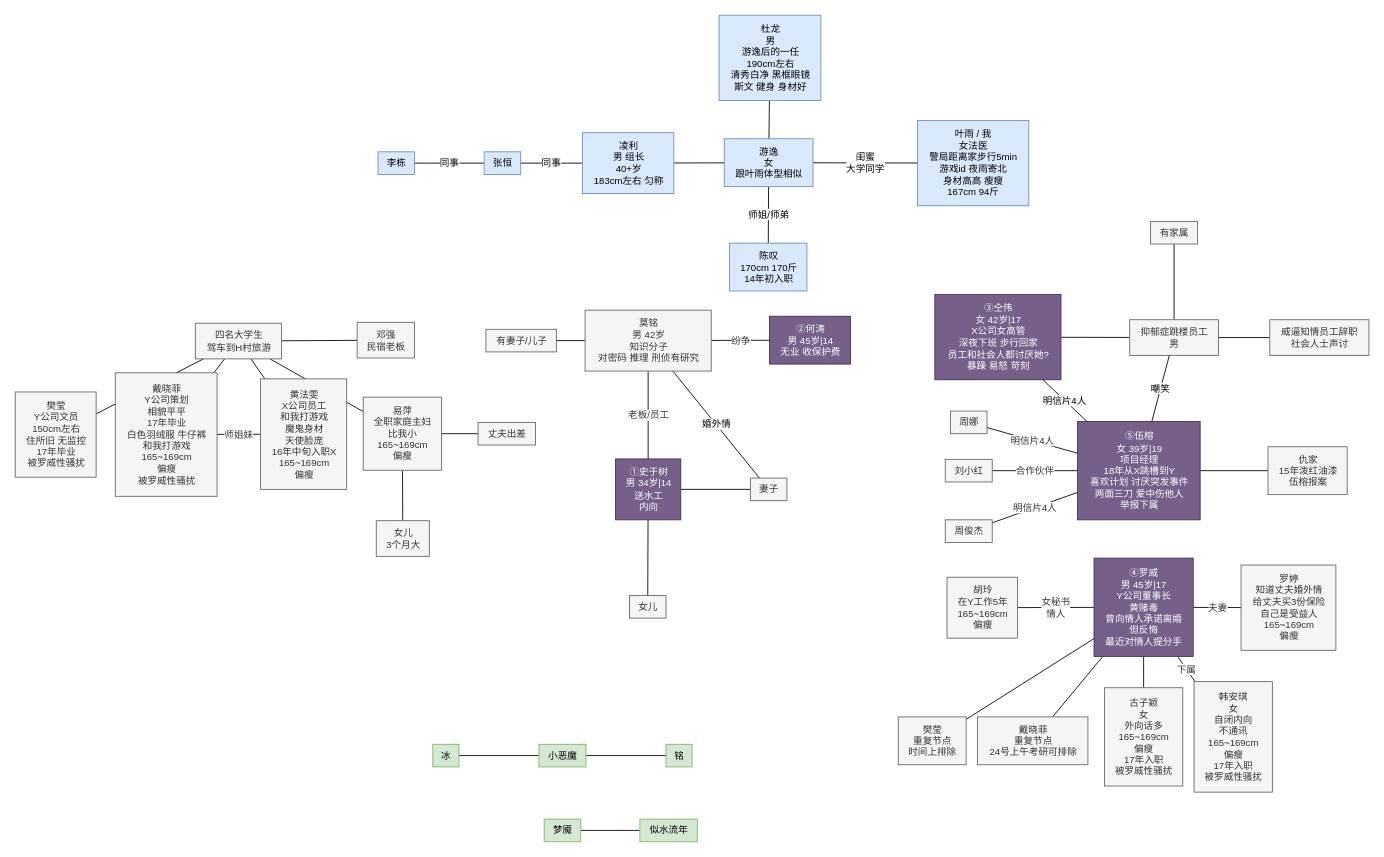
Above: page "5301" (12 of 12) of 剧本杀人物关系【总图】.drawio in luboq/draw.io (draw.io), before the change. Source tidied: cells renumbered, new cells numbered last; positions are measured from the earlier drawing's top-left corner, leaving out a move shared by most shapes. Both pictures are drawn from the tidied source at 87%, with x=0, y=0 at pixel (15, 15).
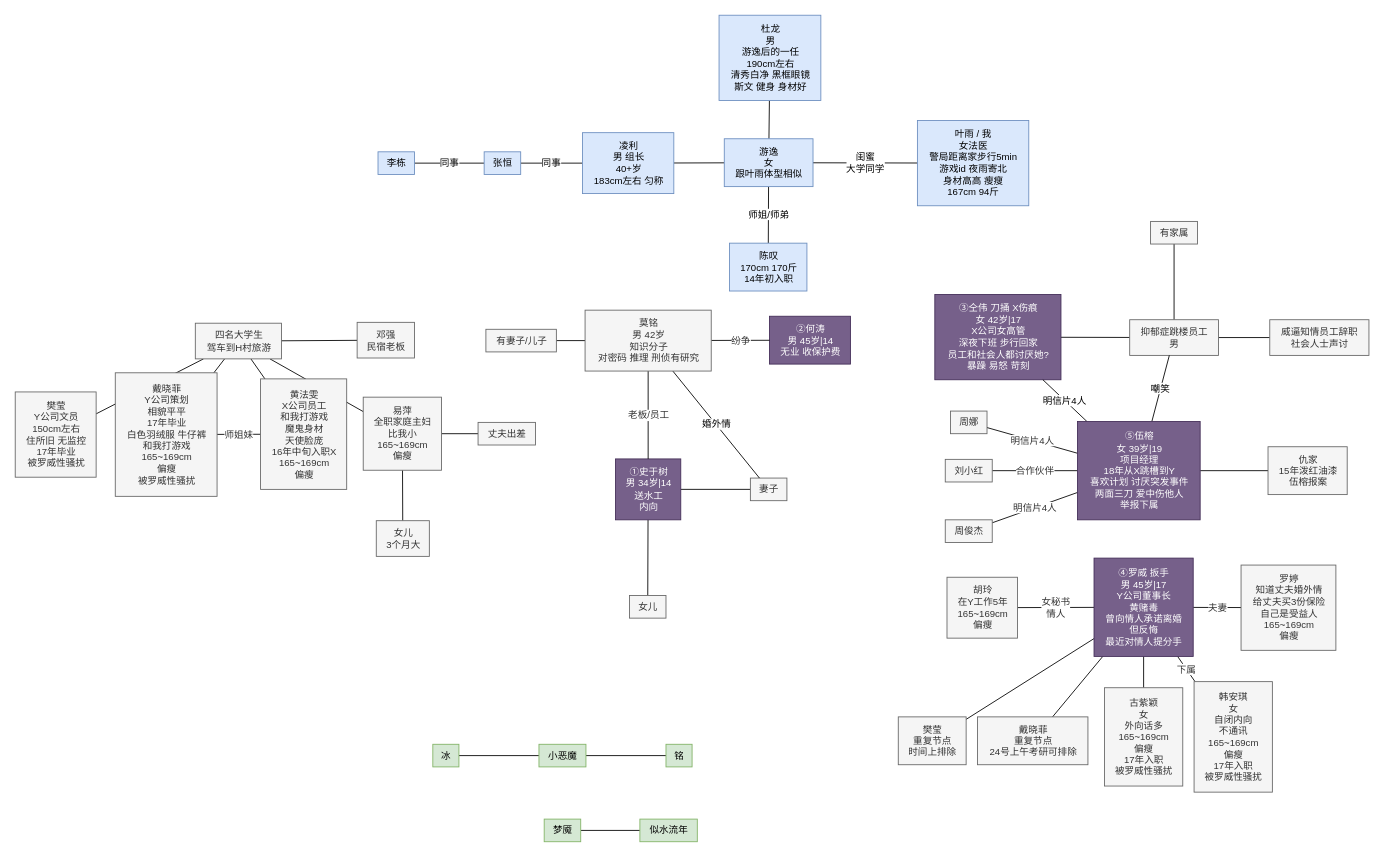
Above is the later version.

Commit message:
更新剧本杀人物关系【总图】.drawio

Diff of the diagram source:
```diff
@@
-    <mxCell id="35" value="③仝伟&lt;br&gt;女 42岁|17&lt;br&gt;X公司女高管&lt;br&gt;深夜下班 步行回家&lt;br style=&quot;border-color: var(--border-color);&quot;&gt;员工和社会人都讨厌她?&lt;br&gt;暴躁 易怒 苛刻" style="text;html=1;align=center;verticalAlign=middle;points=[];strokeColor=#432D57;fillColor=#76608a;fontSize=11;fontFamily=Helvetica;fontColor=#ffffff;" parent="1" vertex="1">
+    <mxCell id="35" value="③仝伟 刀捅 X伤痕&lt;br&gt;女 42岁|17&lt;br&gt;X公司女高管&lt;br&gt;深夜下班 步行回家&lt;br style=&quot;border-color: var(--border-color);&quot;&gt;员工和社会人都讨厌她?&lt;br&gt;暴躁 易怒 苛刻" style="text;html=1;align=center;verticalAlign=middle;points=[];strokeColor=#432D57;fillColor=#76608a;fontSize=11;fontFamily=Helvetica;fontColor=#ffffff;" parent="1" vertex="1">
       <mxGeometry x="1057" y="321" width="145" height="98" as="geometry" />
     </mxCell>
@@
-    <mxCell id="46" value="④罗威&lt;br&gt;男 45岁|17&lt;br&gt;Y公司董事长&lt;br&gt;黄赌毒&lt;br&gt;曾向情人承诺离婚&lt;br&gt;但反悔&lt;br&gt;最近对情人提分手" style="text;html=1;align=center;verticalAlign=middle;points=[];strokeColor=#432D57;fillColor=#76608a;fontSize=11;fontFamily=Helvetica;fontColor=#ffffff;" parent="1" vertex="1">
+    <mxCell id="46" value="④罗威 扳手&lt;br&gt;男 45岁|17&lt;br&gt;Y公司董事长&lt;br&gt;黄赌毒&lt;br&gt;曾向情人承诺离婚&lt;br&gt;但反悔&lt;br&gt;最近对情人提分手" style="text;html=1;align=center;verticalAlign=middle;points=[];strokeColor=#432D57;fillColor=#76608a;fontSize=11;fontFamily=Helvetica;fontColor=#ffffff;" parent="1" vertex="1">
       <mxGeometry x="1240" y="624" width="114" height="113" as="geometry" />
     </mxCell>
@@
-    <mxCell id="59" value="古子颖&lt;br&gt;女&lt;br&gt;外向话多&lt;br&gt;165~169cm&lt;br&gt;偏瘦&lt;br&gt;17年入职&lt;br&gt;被罗威性骚扰" style="text;html=1;align=center;verticalAlign=middle;points=[];strokeColor=#666666;fillColor=#f5f5f5;fontSize=11;fontFamily=Helvetica;fontColor=#333333;" parent="1" vertex="1">
+    <mxCell id="59" value="古紫颖&lt;br&gt;女&lt;br&gt;外向话多&lt;br&gt;165~169cm&lt;br&gt;偏瘦&lt;br&gt;17年入职&lt;br&gt;被罗威性骚扰" style="text;html=1;align=center;verticalAlign=middle;points=[];strokeColor=#666666;fillColor=#f5f5f5;fontSize=11;fontFamily=Helvetica;fontColor=#333333;" parent="1" vertex="1">
       <mxGeometry x="1252" y="773" width="90" height="113" as="geometry" />
     </mxCell>
```
